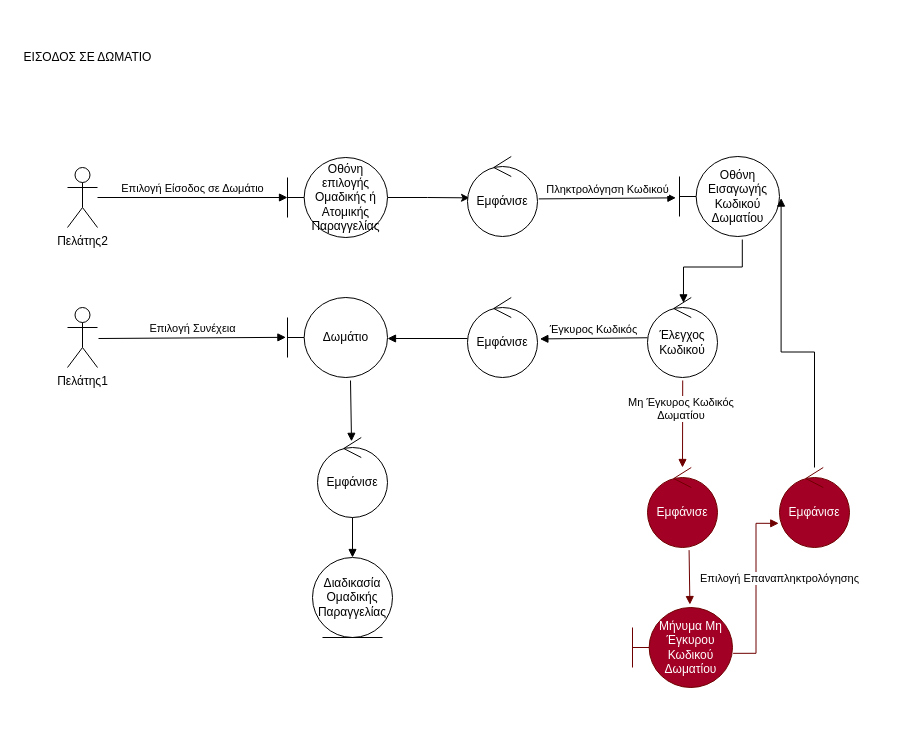
This is docs/contributions/AthanasiaZ/Writing-Charts/Phase3/Robustness Diagrams/Είσοδος σε Δωμάτιο.drawio from iloudaros/nomnomr, a draw.io file, before an edit. Source tidied: cells renumbered, new cells numbered last; positions are measured from the earlier drawing's top-left corner, leaving out a move shared by most shapes. Both pictures are drawn from the tidied source at 100%, with x=0, y=0 at pixel (17, 47).
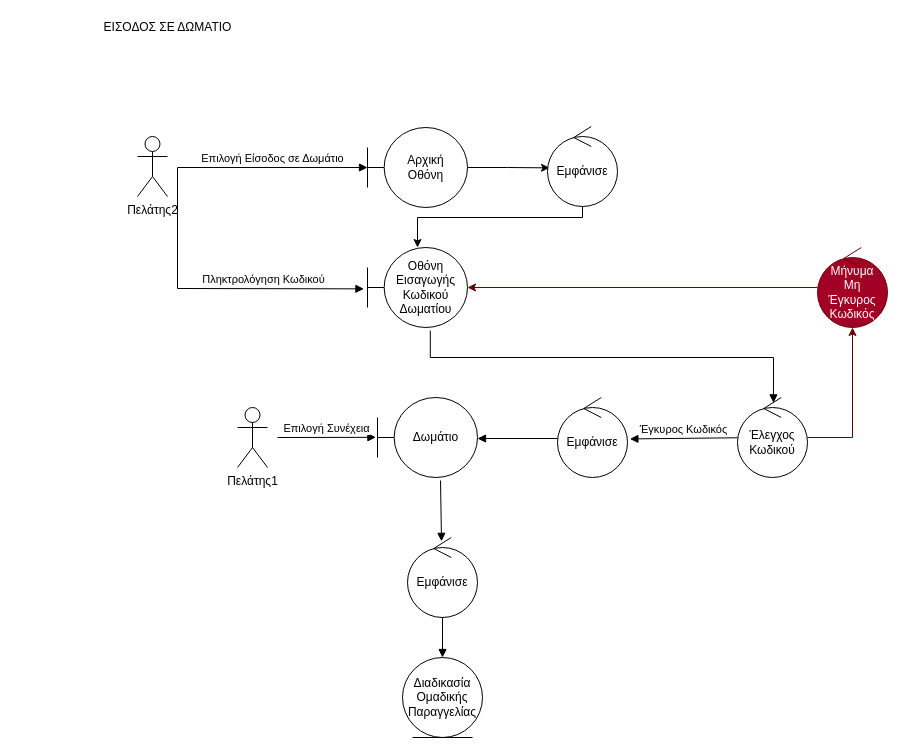
Above is the later version.

Commit message (it also covers changes not shown here):
Zekyria robustness corrections.

The edit, as a diff of the source:
```diff
@@
     <mxCell id="2" value="Πελάτης2" style="shape=umlActor;verticalLabelPosition=bottom;verticalAlign=top;html=1;" parent="1" vertex="1">
-      <mxGeometry x="50" y="120" width="30" height="60" as="geometry" />
+      <mxGeometry x="120" y="89" width="30" height="60" as="geometry" />
     </mxCell>
     <mxCell id="3" value="ΕΙΣΟΔΟΣ ΣΕ ΔΩΜΑΤΙΟ" style="text;html=1;align=center;verticalAlign=middle;strokeColor=none;fillColor=none;" parent="1" vertex="1">
-      <mxGeometry width="140" height="20" as="geometry" />
+      <mxGeometry x="80" y="-30" width="140" height="20" as="geometry" />
     </mxCell>
     <mxCell id="4" value="Οθόνη Εισαγωγής Κωδικού Δωματίου" style="shape=umlBoundary;whiteSpace=wrap;html=1;" parent="1" vertex="1">
-      <mxGeometry x="662" y="109" width="100" height="80" as="geometry" />
+      <mxGeometry x="350" y="200" width="100" height="80" as="geometry" />
     </mxCell>
-    <mxCell id="5" value="Επιλογή Είσοδος σε Δωμάτιο" style="html=1;verticalAlign=bottom;endArrow=block;rounded=0;" parent="1" edge="1" source="2" target="7">
-      <mxGeometry relative="1" as="geometry" />
+    <mxCell id="5" value="Επιλογή Είσοδος σε Δωμάτιο" style="html=1;verticalAlign=bottom;endArrow=block;rounded=0;" parent="1" edge="1" target="30">
+      <mxGeometry relative="1" as="geometry">
+        <mxPoint x="160" y="120" as="sourcePoint" />
+      </mxGeometry>
     </mxCell>
-    <mxCell id="6" style="edgeStyle=orthogonalEdgeStyle;rounded=0;jettySize=auto;html=1;entryX=0.029;entryY=0.517;entryDx=0;entryDy=0;entryPerimeter=0;" parent="1" edge="1" source="7" target="8">
-      <mxGeometry relative="1" as="geometry" />
-    </mxCell>
-    <mxCell id="7" value="Οθόνη επιλογής Ομαδικής ή Ατομικής Παραγγελίας" style="shape=umlBoundary;whiteSpace=wrap;html=1;" parent="1" vertex="1">
-      <mxGeometry x="270" y="110" width="100" height="80" as="geometry" />
-    </mxCell>
-    <mxCell id="8" value="Εμφάνισε" style="ellipse;shape=umlControl;whiteSpace=wrap;html=1;" parent="1" vertex="1">
-      <mxGeometry x="450" y="109" width="70" height="80" as="geometry" />
-    </mxCell>
+    <mxCell id="29" style="edgeStyle=orthogonalEdgeStyle;rounded=0;jettySize=auto;html=1;entryX=0.029;entryY=0.517;entryDx=0;entryDy=0;entryPerimeter=0;" parent="1" edge="1" source="30" target="32">
+      <mxGeometry relative="1" as="geometry" />
+    </mxCell>
+    <mxCell id="30" value="Αρχική&lt;br&gt;Οθόνη" style="shape=umlBoundary;whiteSpace=wrap;html=1;" parent="1" vertex="1">
+      <mxGeometry x="350" y="80" width="100" height="80" as="geometry" />
+    </mxCell>
+    <mxCell id="31" style="edgeStyle=orthogonalEdgeStyle;rounded=0;jettySize=auto;html=1;" parent="1" edge="1" source="32" target="4">
+      <mxGeometry relative="1" as="geometry">
+        <Array as="points">
+          <mxPoint x="565" y="170" />
+          <mxPoint x="400" y="170" />
+        </Array>
+      </mxGeometry>
+    </mxCell>
+    <mxCell id="32" value="Εμφάνισε" style="ellipse;shape=umlControl;whiteSpace=wrap;html=1;" parent="1" vertex="1">
+      <mxGeometry x="530" y="79" width="70" height="80" as="geometry" />
+    </mxCell>
-    <mxCell id="9" value="Πληκτρολόγηση Κωδικού" style="html=1;verticalAlign=bottom;endArrow=block;rounded=0;entryX=-0.036;entryY=0.517;entryDx=0;entryDy=0;entryPerimeter=0;exitX=1.017;exitY=0.53;exitDx=0;exitDy=0;exitPerimeter=0;" parent="1" edge="1" source="8" target="4">
-      <mxGeometry relative="1" as="geometry" />
+    <mxCell id="9" value="Πληκτρολόγηση Κωδικού" style="html=1;verticalAlign=bottom;endArrow=block;rounded=0;entryX=-0.036;entryY=0.517;entryDx=0;entryDy=0;entryPerimeter=0;" parent="1" edge="1" target="4">
+      <mxGeometry x="0.35" relative="1" as="geometry">
+        <mxPoint x="160" y="120" as="sourcePoint" />
+        <Array as="points">
+          <mxPoint x="160" y="241" />
+        </Array>
+      </mxGeometry>
     </mxCell>
+    <mxCell id="33" style="edgeStyle=orthogonalEdgeStyle;rounded=0;jettySize=auto;html=1;fillColor=#a20025;strokeColor=#6F0000;" parent="1" edge="1" source="10" target="40">
+      <mxGeometry relative="1" as="geometry" />
+    </mxCell>
     <mxCell id="10" value="Έλεγχος Κωδικού" style="ellipse;shape=umlControl;whiteSpace=wrap;html=1;" parent="1" vertex="1">
-      <mxGeometry x="630" y="250" width="70" height="80" as="geometry" />
+      <mxGeometry x="720" y="350" width="70" height="80" as="geometry" />
     </mxCell>
     <mxCell id="11" style="html=1;verticalAlign=bottom;endArrow=block;rounded=0;exitX=0.628;exitY=1.038;exitDx=0;exitDy=0;exitPerimeter=0;entryX=0.514;entryY=0.067;entryDx=0;entryDy=0;entryPerimeter=0;edgeStyle=orthogonalEdgeStyle;" parent="1" edge="1" source="4" target="10">
-      <mxGeometry relative="1" as="geometry" />
+      <mxGeometry relative="1" as="geometry">
+        <Array as="points">
+          <mxPoint x="413" y="310" />
+          <mxPoint x="756" y="310" />
+        </Array>
+      </mxGeometry>
     </mxCell>
-    <mxCell id="12" value="Εμφάνισε" style="ellipse;shape=umlControl;whiteSpace=wrap;html=1;" parent="1" vertex="1">
-      <mxGeometry x="450" y="250" width="70" height="80" as="geometry" />
-    </mxCell>
+    <mxCell id="34" value="Εμφάνισε" style="ellipse;shape=umlControl;whiteSpace=wrap;html=1;" parent="1" vertex="1">
+      <mxGeometry x="540" y="350" width="70" height="80" as="geometry" />
+    </mxCell>
-    <mxCell id="13" value="Έγκυρος Κωδικός" style="html=1;verticalAlign=bottom;endArrow=block;rounded=0;entryX=1.034;entryY=0.518;entryDx=0;entryDy=0;entryPerimeter=0;" parent="1" edge="1" source="10" target="12">
+    <mxCell id="13" value="Έγκυρος Κωδικός" style="html=1;verticalAlign=bottom;endArrow=block;rounded=0;entryX=1.034;entryY=0.518;entryDx=0;entryDy=0;entryPerimeter=0;" parent="1" edge="1" source="10" target="34">
       <mxGeometry relative="1" as="geometry" />
     </mxCell>
     <mxCell id="14" value="Δωμάτιο" style="shape=umlBoundary;whiteSpace=wrap;html=1;" parent="1" vertex="1">
-      <mxGeometry x="270" y="250" width="100" height="80" as="geometry" />
+      <mxGeometry x="360" y="350" width="100" height="80" as="geometry" />
     </mxCell>
-    <mxCell id="15" style="html=1;verticalAlign=bottom;endArrow=block;rounded=0;" parent="1" edge="1">
-      <mxGeometry relative="1" as="geometry">
-        <mxPoint x="450" y="291" as="sourcePoint" />
-        <mxPoint x="370" y="291" as="targetPoint" />
-      </mxGeometry>
-    </mxCell>
+    <mxCell id="35" style="html=1;verticalAlign=bottom;endArrow=block;rounded=0;" parent="1" edge="1">
+      <mxGeometry relative="1" as="geometry">
+        <mxPoint x="540" y="391" as="sourcePoint" />
+        <mxPoint x="460" y="391" as="targetPoint" />
+      </mxGeometry>
+    </mxCell>
     <mxCell id="16" value="Πελάτης1" style="shape=umlActor;verticalLabelPosition=bottom;verticalAlign=top;html=1;" parent="1" vertex="1">
-      <mxGeometry x="50" y="260" width="30" height="60" as="geometry" />
+      <mxGeometry x="220" y="360" width="30" height="60" as="geometry" />
     </mxCell>
     <mxCell id="17" value="Επιλογή Συνέχεια" style="html=1;verticalAlign=bottom;endArrow=block;rounded=0;entryX=-0.016;entryY=0.498;entryDx=0;entryDy=0;entryPerimeter=0;" parent="1" edge="1" target="14">
       <mxGeometry relative="1" as="geometry">
-        <mxPoint x="81" y="291" as="sourcePoint" />
+        <mxPoint x="260" y="390" as="sourcePoint" />
       </mxGeometry>
     </mxCell>
-    <mxCell id="18" value="Εμφάνισε" style="ellipse;shape=umlControl;whiteSpace=wrap;html=1;" parent="1" vertex="1">
-      <mxGeometry x="300" y="390" width="70" height="80" as="geometry" />
-    </mxCell>
-    <mxCell id="19" style="html=1;verticalAlign=bottom;endArrow=block;rounded=0;entryX=0.486;entryY=0.048;entryDx=0;entryDy=0;entryPerimeter=0;" parent="1" edge="1" target="18">
-      <mxGeometry relative="1" as="geometry">
-        <mxPoint x="333" y="333" as="sourcePoint" />
-      </mxGeometry>
-    </mxCell>
+    <mxCell id="36" value="Εμφάνισε" style="ellipse;shape=umlControl;whiteSpace=wrap;html=1;" parent="1" vertex="1">
+      <mxGeometry x="390" y="490" width="70" height="80" as="geometry" />
+    </mxCell>
+    <mxCell id="37" style="html=1;verticalAlign=bottom;endArrow=block;rounded=0;entryX=0.486;entryY=0.048;entryDx=0;entryDy=0;entryPerimeter=0;" parent="1" edge="1" target="36">
+      <mxGeometry relative="1" as="geometry">
+        <mxPoint x="423" y="433" as="sourcePoint" />
+      </mxGeometry>
+    </mxCell>
     <mxCell id="20" value="Διαδικασία Ομαδικής Παραγγελίας" style="ellipse;shape=umlEntity;whiteSpace=wrap;html=1;" parent="1" vertex="1">
-      <mxGeometry x="295" y="510" width="80" height="80" as="geometry" />
+      <mxGeometry x="385" y="610" width="80" height="80" as="geometry" />
     </mxCell>
-    <mxCell id="21" style="html=1;verticalAlign=bottom;endArrow=block;rounded=0;" parent="1" edge="1" target="20">
-      <mxGeometry relative="1" as="geometry">
-        <mxPoint x="335" y="470" as="sourcePoint" />
-      </mxGeometry>
-    </mxCell>
-    <mxCell id="22" value="Εμφάνισε" style="ellipse;shape=umlControl;whiteSpace=wrap;html=1;fillColor=#a20025;strokeColor=#6F0000;fontColor=#ffffff;" parent="1" vertex="1">
-      <mxGeometry x="630" y="420" width="70" height="80" as="geometry" />
-    </mxCell>
-    <mxCell id="23" value="Μη Έγκυρος Κωδικός&amp;nbsp;&lt;br&gt;Δωματίου&amp;nbsp;" style="html=1;verticalAlign=bottom;endArrow=block;rounded=0;exitX=0.503;exitY=1.037;exitDx=0;exitDy=0;exitPerimeter=0;fillColor=#a20025;strokeColor=#6F0000;" parent="1" edge="1" source="10" target="22">
-      <mxGeometry relative="1" as="geometry" />
-    </mxCell>
-    <mxCell id="24" style="html=1;verticalAlign=bottom;endArrow=block;rounded=0;fillColor=#a20025;strokeColor=#6F0000;exitX=0.594;exitY=1.033;exitDx=0;exitDy=0;exitPerimeter=0;entryX=0.574;entryY=-0.037;entryDx=0;entryDy=0;entryPerimeter=0;" parent="1" edge="1" source="22" target="25">
-      <mxGeometry relative="1" as="geometry" />
-    </mxCell>
-    <mxCell id="25" value="Μήνυμα Μη Έγκυρου Κωδικού Δωματίου" style="shape=umlBoundary;whiteSpace=wrap;html=1;fillColor=#a20025;fontColor=#ffffff;strokeColor=#6F0000;" parent="1" vertex="1">
-      <mxGeometry x="615" y="560" width="100" height="80" as="geometry" />
-    </mxCell>
-    <mxCell id="26" value="Εμφάνισε" style="ellipse;shape=umlControl;whiteSpace=wrap;html=1;fillColor=#a20025;strokeColor=#6F0000;fontColor=#ffffff;" parent="1" vertex="1">
-      <mxGeometry x="762" y="420" width="70" height="80" as="geometry" />
-    </mxCell>
-    <mxCell id="27" value="Επιλογή Επαναπληκτρολόγησης" style="html=1;verticalAlign=bottom;endArrow=block;rounded=0;exitX=1.006;exitY=0.573;exitDx=0;exitDy=0;exitPerimeter=0;entryX=-0.011;entryY=0.698;entryDx=0;entryDy=0;entryPerimeter=0;fillColor=#a20025;strokeColor=#6F0000;edgeStyle=orthogonalEdgeStyle;" parent="1" edge="1" source="25" target="26">
-      <mxGeometry x="0.01" y="-23" relative="1" as="geometry" />
-    </mxCell>
-    <mxCell id="28" style="html=1;verticalAlign=bottom;endArrow=block;rounded=0;entryX=1.016;entryY=0.52;entryDx=0;entryDy=0;entryPerimeter=0;edgeStyle=orthogonalEdgeStyle;" parent="1" edge="1" source="26" target="4">
-      <mxGeometry relative="1" as="geometry" />
-    </mxCell>
+    <mxCell id="38" style="html=1;verticalAlign=bottom;endArrow=block;rounded=0;" parent="1" edge="1" target="20">
+      <mxGeometry relative="1" as="geometry">
+        <mxPoint x="425" y="570" as="sourcePoint" />
+      </mxGeometry>
+    </mxCell>
+    <mxCell id="39" style="edgeStyle=orthogonalEdgeStyle;rounded=0;jettySize=auto;html=1;fillColor=#a20025;strokeColor=#6F0000;" parent="1" edge="1" source="40" target="4">
+      <mxGeometry relative="1" as="geometry" />
+    </mxCell>
+    <mxCell id="40" value="Μήνυμα&lt;br&gt;Μη&lt;br&gt;Έγκυρος&lt;br&gt;Κωδικός" style="ellipse;shape=umlControl;whiteSpace=wrap;html=1;fillColor=#a20025;strokeColor=#6F0000;fontColor=#ffffff;" parent="1" vertex="1">
+      <mxGeometry x="800" y="200" width="70" height="80" as="geometry" />
+    </mxCell>
```
